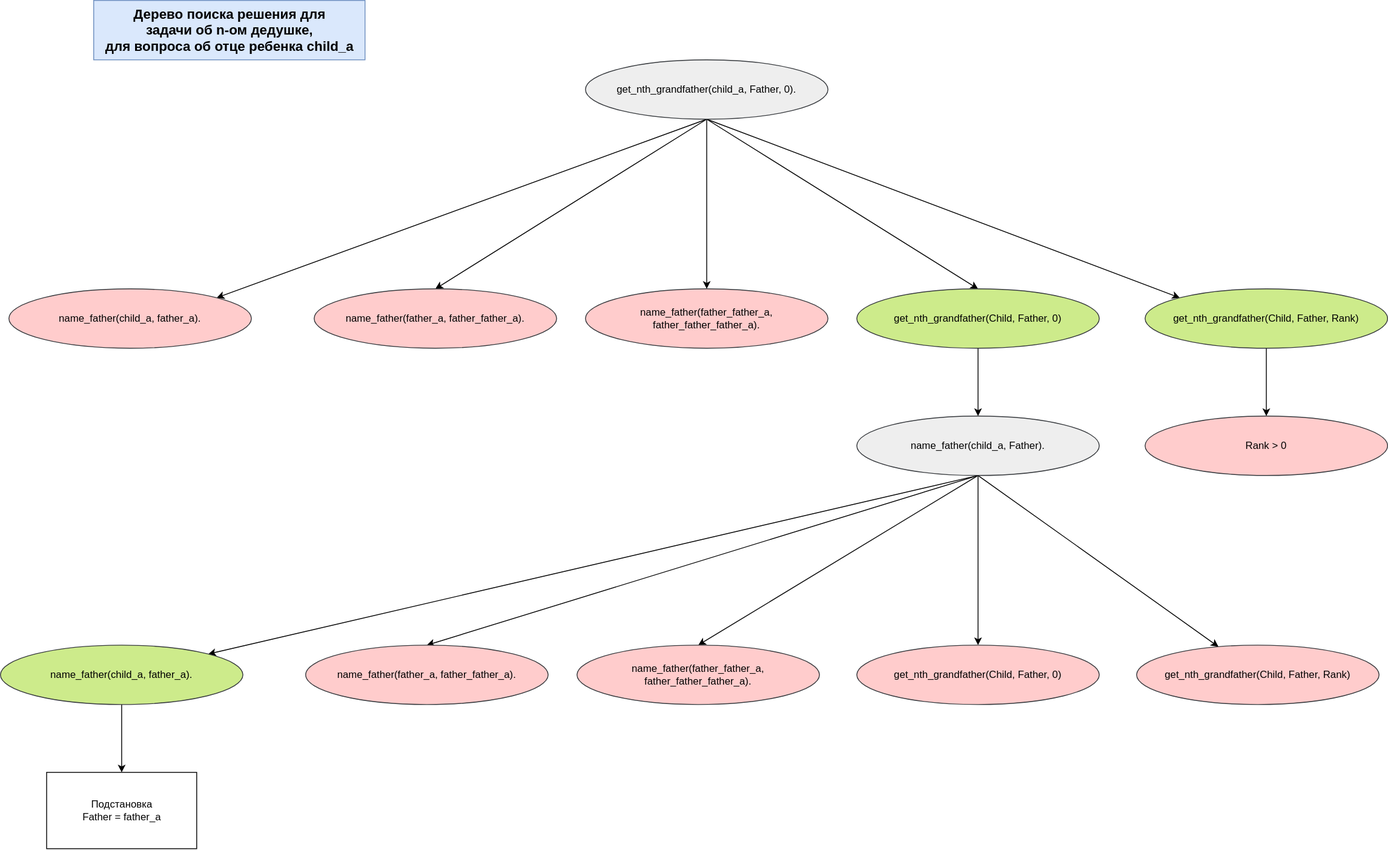
Before: prolog/lab_03/img/tree_01.svg, a diagram exported from draw.io (Tulenenok/BMSTU_FaLP). Source tidied: cells renumbered, new cells last; positions are measured from the earlier drawing's top-left corner, leaving out a move shared by most shapes. Source of this version:
```xml
<mxGraphModel>
  <root>
    <mxCell id="0" />
    <mxCell id="1" parent="0" />
    <mxCell id="2" style="rounded=0;jettySize=auto;html=1;exitX=0.5;exitY=1;exitDx=0;exitDy=0;entryX=1;entryY=0;entryDx=0;entryDy=0;" parent="1" edge="1" source="7" target="8">
      <mxGeometry relative="1" as="geometry" />
    </mxCell>
    <mxCell id="3" style="rounded=0;jettySize=auto;html=1;exitX=0.5;exitY=1;exitDx=0;exitDy=0;entryX=0.5;entryY=0;entryDx=0;entryDy=0;" parent="1" edge="1" source="7" target="9">
      <mxGeometry relative="1" as="geometry" />
    </mxCell>
    <mxCell id="4" style="rounded=0;jettySize=auto;html=1;exitX=0.5;exitY=1;exitDx=0;exitDy=0;entryX=0.5;entryY=0;entryDx=0;entryDy=0;" parent="1" edge="1" source="7" target="10">
      <mxGeometry relative="1" as="geometry" />
    </mxCell>
    <mxCell id="5" style="rounded=0;jettySize=auto;html=1;exitX=0.5;exitY=1;exitDx=0;exitDy=0;entryX=0.5;entryY=0;entryDx=0;entryDy=0;" parent="1" edge="1" source="7" target="12">
      <mxGeometry relative="1" as="geometry" />
    </mxCell>
    <mxCell id="6" style="rounded=0;jettySize=auto;html=1;exitX=0.5;exitY=1;exitDx=0;exitDy=0;entryX=0;entryY=0;entryDx=0;entryDy=0;" parent="1" edge="1" source="7" target="14">
      <mxGeometry relative="1" as="geometry" />
    </mxCell>
    <mxCell id="7" value="get_nth_grandfather(child_a, Father, 0)." style="ellipse;whiteSpace=wrap;html=1;fillColor=#eeeeee;strokeColor=#36393d;" parent="1" vertex="1">
      <mxGeometry x="690" y="70" width="286" height="70" as="geometry" />
    </mxCell>
    <mxCell id="8" value="name_father(child_a, father_a)." style="ellipse;whiteSpace=wrap;html=1;fillColor=#ffcccc;strokeColor=#36393d;" parent="1" vertex="1">
      <mxGeometry x="10" y="340" width="286" height="70" as="geometry" />
    </mxCell>
    <mxCell id="9" value="name_father(father_a, father_father_a)." style="ellipse;whiteSpace=wrap;html=1;fillColor=#ffcccc;strokeColor=#36393d;" parent="1" vertex="1">
      <mxGeometry x="370" y="340" width="286" height="70" as="geometry" />
    </mxCell>
    <mxCell id="10" value="name_father(father_father_a, father_father_father_a)." style="ellipse;whiteSpace=wrap;html=1;fillColor=#ffcccc;strokeColor=#36393d;" parent="1" vertex="1">
      <mxGeometry x="690" y="340" width="286" height="70" as="geometry" />
    </mxCell>
    <mxCell id="11" style="edgeStyle=orthogonalEdgeStyle;rounded=0;jettySize=auto;html=1;exitX=0.5;exitY=1;exitDx=0;exitDy=0;entryX=0.5;entryY=0;entryDx=0;entryDy=0;" parent="1" edge="1" source="12" target="20">
      <mxGeometry relative="1" as="geometry" />
    </mxCell>
    <mxCell id="12" value="get_nth_grandfather(Child, Father, 0)" style="ellipse;whiteSpace=wrap;html=1;fillColor=#cdeb8b;strokeColor=#36393d;" parent="1" vertex="1">
      <mxGeometry x="1010" y="340" width="286" height="70" as="geometry" />
    </mxCell>
    <mxCell id="13" style="edgeStyle=orthogonalEdgeStyle;rounded=0;jettySize=auto;html=1;exitX=0.5;exitY=1;exitDx=0;exitDy=0;entryX=0.5;entryY=0;entryDx=0;entryDy=0;" parent="1" edge="1" source="14" target="21">
      <mxGeometry relative="1" as="geometry" />
    </mxCell>
    <mxCell id="14" value="get_nth_grandfather(Child, Father, Rank)" style="ellipse;whiteSpace=wrap;html=1;fillColor=#cdeb8b;strokeColor=#36393d;" parent="1" vertex="1">
      <mxGeometry x="1350" y="340" width="286" height="70" as="geometry" />
    </mxCell>
    <mxCell id="15" style="rounded=0;jettySize=auto;html=1;exitX=0.5;exitY=1;exitDx=0;exitDy=0;entryX=1;entryY=0;entryDx=0;entryDy=0;" parent="1" edge="1" source="20" target="23">
      <mxGeometry relative="1" as="geometry" />
    </mxCell>
    <mxCell id="16" style="rounded=0;jettySize=auto;html=1;exitX=0.5;exitY=1;exitDx=0;exitDy=0;entryX=0.5;entryY=0;entryDx=0;entryDy=0;" parent="1" edge="1" source="20" target="24">
      <mxGeometry relative="1" as="geometry" />
    </mxCell>
    <mxCell id="17" style="rounded=0;jettySize=auto;html=1;exitX=0.5;exitY=1;exitDx=0;exitDy=0;entryX=0.5;entryY=0;entryDx=0;entryDy=0;" parent="1" edge="1" source="20" target="25">
      <mxGeometry relative="1" as="geometry" />
    </mxCell>
    <mxCell id="18" style="edgeStyle=orthogonalEdgeStyle;rounded=0;jettySize=auto;html=1;exitX=0.5;exitY=1;exitDx=0;exitDy=0;" parent="1" edge="1" source="20" target="26">
      <mxGeometry relative="1" as="geometry" />
    </mxCell>
    <mxCell id="19" style="rounded=0;jettySize=auto;html=1;exitX=0.5;exitY=1;exitDx=0;exitDy=0;" parent="1" edge="1" source="20" target="27">
      <mxGeometry relative="1" as="geometry" />
    </mxCell>
    <mxCell id="20" value="name_father(child_a, Father)." style="ellipse;whiteSpace=wrap;html=1;fillColor=#eeeeee;strokeColor=#36393d;" parent="1" vertex="1">
      <mxGeometry x="1010" y="490" width="286" height="70" as="geometry" />
    </mxCell>
    <mxCell id="21" value="Rank &amp;gt; 0" style="ellipse;whiteSpace=wrap;html=1;fillColor=#ffcccc;strokeColor=#36393d;" parent="1" vertex="1">
      <mxGeometry x="1350" y="490" width="286" height="70" as="geometry" />
    </mxCell>
    <mxCell id="22" style="edgeStyle=orthogonalEdgeStyle;rounded=0;jettySize=auto;html=1;exitX=0.5;exitY=1;exitDx=0;exitDy=0;entryX=0.5;entryY=0;entryDx=0;entryDy=0;" parent="1" edge="1" source="23" target="28">
      <mxGeometry relative="1" as="geometry" />
    </mxCell>
    <mxCell id="23" value="name_father(child_a, father_a)." style="ellipse;whiteSpace=wrap;html=1;fillColor=#cdeb8b;strokeColor=#36393d;" parent="1" vertex="1">
      <mxGeometry y="760" width="286" height="70" as="geometry" />
    </mxCell>
    <mxCell id="24" value="name_father(father_a, father_father_a)." style="ellipse;whiteSpace=wrap;html=1;fillColor=#ffcccc;strokeColor=#36393d;" parent="1" vertex="1">
      <mxGeometry x="360" y="760" width="286" height="70" as="geometry" />
    </mxCell>
    <mxCell id="25" value="name_father(father_father_a, father_father_father_a)." style="ellipse;whiteSpace=wrap;html=1;fillColor=#ffcccc;strokeColor=#36393d;" parent="1" vertex="1">
      <mxGeometry x="680" y="760" width="286" height="70" as="geometry" />
    </mxCell>
    <mxCell id="26" value="get_nth_grandfather(Child, Father, 0)" style="ellipse;whiteSpace=wrap;html=1;fillColor=#ffcccc;strokeColor=#36393d;" parent="1" vertex="1">
      <mxGeometry x="1010" y="760" width="286" height="70" as="geometry" />
    </mxCell>
    <mxCell id="27" value="get_nth_grandfather(Child, Father, Rank)" style="ellipse;whiteSpace=wrap;html=1;fillColor=#ffcccc;strokeColor=#36393d;" parent="1" vertex="1">
      <mxGeometry x="1340" y="760" width="286" height="70" as="geometry" />
    </mxCell>
    <mxCell id="28" value="Подстановка&lt;br&gt;Father = father_a" style="rounded=0;whiteSpace=wrap;html=1;" parent="1" vertex="1">
      <mxGeometry x="54.5" y="910" width="177" height="90" as="geometry" />
    </mxCell>
    <mxCell id="29" value="Дерево поиска решения для &lt;br style=&quot;font-size: 16px;&quot;&gt;задачи об n-ом дедушке, &lt;br style=&quot;font-size: 16px;&quot;&gt;для вопроса об отце ребенка child_a" style="text;html=1;align=center;verticalAlign=middle;strokeColor=#6c8ebf;fillColor=#dae8fc;fontStyle=1;fontSize=16;" parent="1" vertex="1">
      <mxGeometry x="110" width="320" height="70" as="geometry" />
    </mxCell>
  </root>
</mxGraphModel>
```
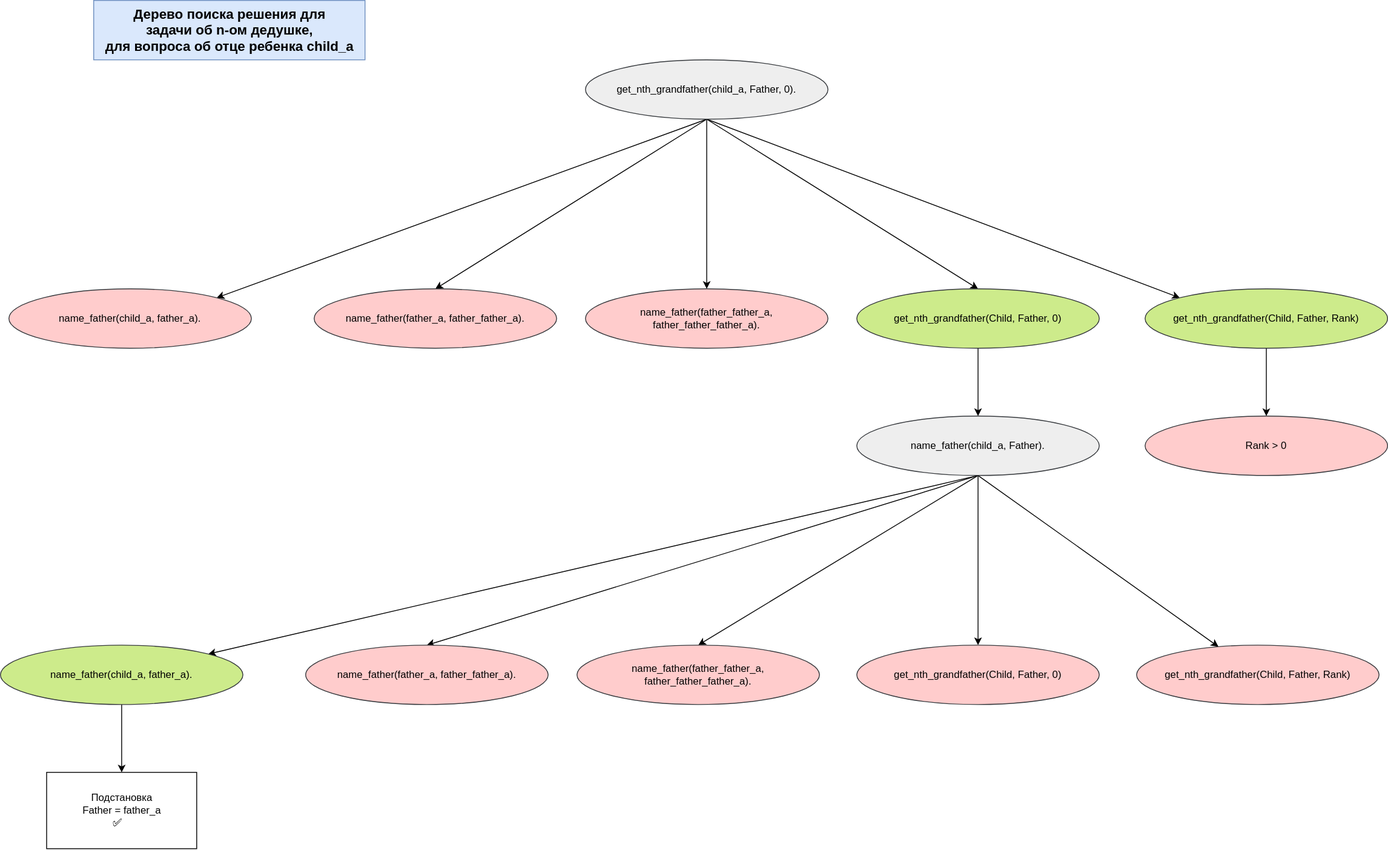
The same file after the commit.

The edit, as a diff of the source:
```diff
@@ -80,7 +80,7 @@
     <mxCell id="27" value="get_nth_grandfather(Child, Father, Rank)" style="ellipse;whiteSpace=wrap;html=1;fillColor=#ffcccc;strokeColor=#36393d;" parent="1" vertex="1">
       <mxGeometry x="1340" y="760" width="286" height="70" as="geometry" />
     </mxCell>
-    <mxCell id="28" value="Подстановка&lt;br&gt;Father = father_a" style="rounded=0;whiteSpace=wrap;html=1;" parent="1" vertex="1">
+    <mxCell id="28" value="Подстановка&lt;br&gt;Father = father_a&lt;br&gt;&lt;p style=&quot;margin: 0px; font-variant-numeric: normal; font-variant-east-asian: normal; font-stretch: normal; font-size: 13px; line-height: normal; font-family: &amp;quot;.Apple Color Emoji UI&amp;quot;; text-align: start;&quot; class=&quot;p1&quot;&gt;&amp;nbsp; &amp;nbsp; &amp;nbsp; &amp;nbsp; &amp;nbsp; &amp;nbsp;✅&lt;/p&gt;" style="rounded=0;whiteSpace=wrap;html=1;" parent="1" vertex="1">
       <mxGeometry x="54.5" y="910" width="177" height="90" as="geometry" />
     </mxCell>
     <mxCell id="29" value="Дерево поиска решения для &lt;br style=&quot;font-size: 16px;&quot;&gt;задачи об n-ом дедушке, &lt;br style=&quot;font-size: 16px;&quot;&gt;для вопроса об отце ребенка child_a" style="text;html=1;align=center;verticalAlign=middle;strokeColor=#6c8ebf;fillColor=#dae8fc;fontStyle=1;fontSize=16;" parent="1" vertex="1">
```
